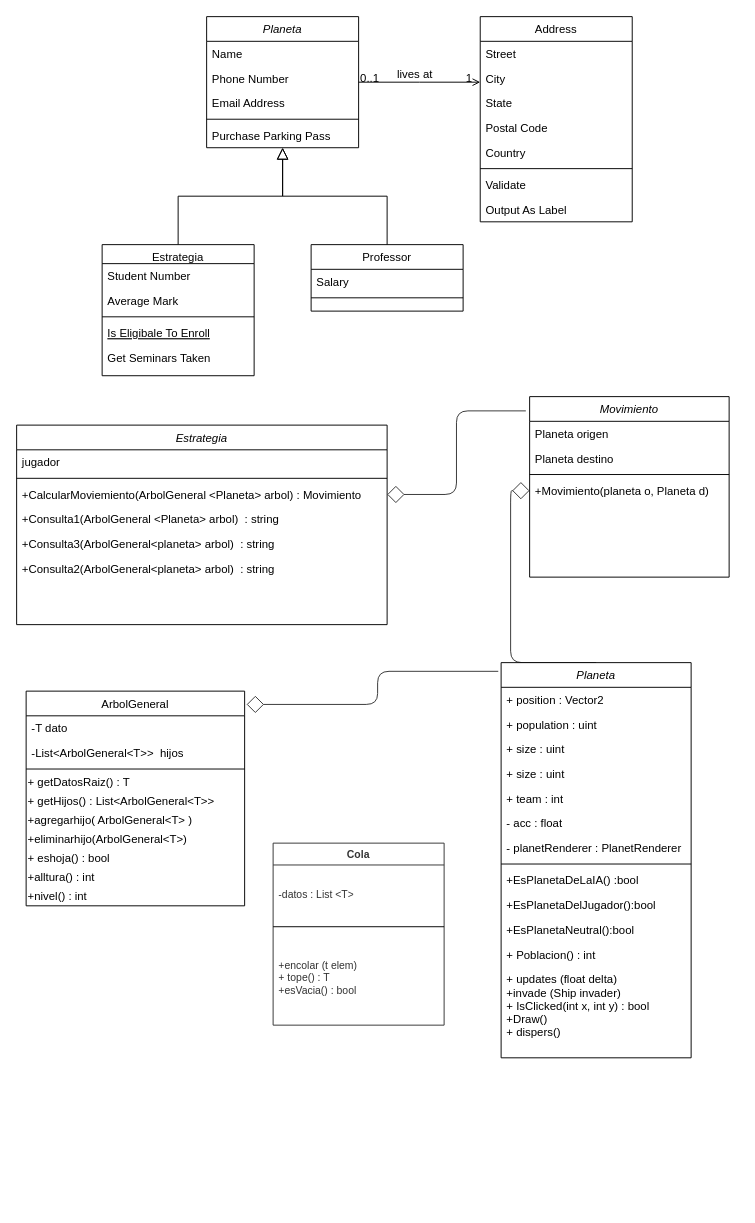
Before: UML e Informe/TP_bot.drawio in iodenKisuka/TP_FINALBOT_DaianaLorenaCabreraSaldivar, a draw.io diagram. Source tidied: cells renumbered, new cells numbered last; positions are measured from the earlier drawing's top-left corner, leaving out a move shared by most shapes. Both pictures are drawn from the tidied source at 95%, with x=0, y=0 at pixel (16, 16).
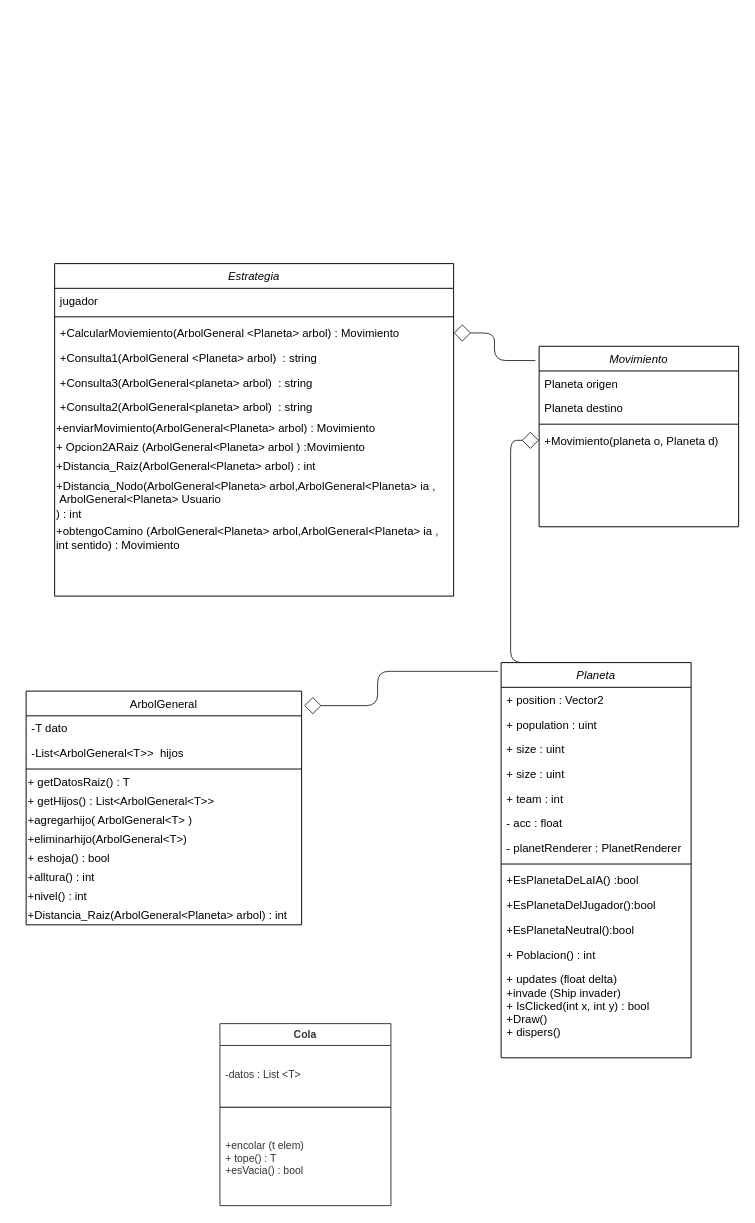
Above is the later version.

Commit message (it also covers changes not shown here):
mejore UML y informe

The change refers to these unchanged cells:
```xml
<mxCell id="52" value="Planeta" style="swimlane;fontStyle=2;align=center;verticalAlign=top;horizontal=1;startSize=26;rounded=0;shadow=0;strokeWidth=1;" parent="1" vertex="1">
  <mxGeometry x="510" y="680" width="200" height="416" as="geometry" />
</mxCell>
```

What changed in the source:
```diff
@@
-    <mxCell id="2" value="Planeta" style="swimlane;fontStyle=2;align=center;verticalAlign=top;horizontal=1;startSize=26;rounded=0;shadow=0;strokeWidth=1;" parent="1" vertex="1">
-      <mxGeometry x="200" width="160" height="138" as="geometry" />
-    </mxCell>
-    <mxCell id="3" value="Name" style="text;align=left;verticalAlign=top;spacingLeft=4;spacingRight=4;overflow=hidden;" parent="2" vertex="1">
-      <mxGeometry y="26" width="160" height="26" as="geometry" />
-    </mxCell>
-    <mxCell id="4" value="Phone Number" style="text;align=left;verticalAlign=top;spacingLeft=4;spacingRight=4;overflow=hidden;rounded=0;shadow=0;html=0;" parent="2" vertex="1">
-      <mxGeometry y="52" width="160" height="26" as="geometry" />
-    </mxCell>
-    <mxCell id="5" value="Email Address" style="text;align=left;verticalAlign=top;spacingLeft=4;spacingRight=4;overflow=hidden;rounded=0;shadow=0;html=0;" parent="2" vertex="1">
-      <mxGeometry y="78" width="160" height="26" as="geometry" />
-    </mxCell>
-    <mxCell id="6" style="line;html=1;strokeWidth=1;align=left;verticalAlign=middle;spacingTop=-1;spacingLeft=3;spacingRight=3;labelPosition=right;" parent="2" vertex="1">
-      <mxGeometry y="104" width="160" height="8" as="geometry" />
-    </mxCell>
-    <mxCell id="7" value="Purchase Parking Pass" style="text;align=left;verticalAlign=top;spacingLeft=4;spacingRight=4;overflow=hidden;" parent="2" vertex="1">
-      <mxGeometry y="112" width="160" height="26" as="geometry" />
-    </mxCell>
-    <mxCell id="8" style="endArrow=block;endSize=10;endFill=0;shadow=0;strokeWidth=1;rounded=0;edgeStyle=elbowEdgeStyle;elbow=vertical;" parent="1" edge="1" source="26" target="2">
-      <mxGeometry relative="1" as="geometry" />
-    </mxCell>
-    <mxCell id="9" value="Professor" style="swimlane;fontStyle=0;align=center;verticalAlign=top;horizontal=1;startSize=26;rounded=0;shadow=0;strokeWidth=1;" parent="1" vertex="1">
-      <mxGeometry x="310" y="240" width="160" height="70" as="geometry" />
-    </mxCell>
-    <mxCell id="10" value="Salary" style="text;align=left;verticalAlign=top;spacingLeft=4;spacingRight=4;overflow=hidden;" parent="9" vertex="1">
-      <mxGeometry y="26" width="160" height="26" as="geometry" />
-    </mxCell>
-    <mxCell id="11" style="line;html=1;strokeWidth=1;align=left;verticalAlign=middle;spacingTop=-1;spacingLeft=3;spacingRight=3;labelPosition=right;" parent="9" vertex="1">
-      <mxGeometry y="52" width="160" height="8" as="geometry" />
-    </mxCell>
-    <mxCell id="12" style="endArrow=block;endSize=10;endFill=0;shadow=0;strokeWidth=1;rounded=0;edgeStyle=elbowEdgeStyle;elbow=vertical;" parent="1" edge="1" source="9" target="2">
-      <mxGeometry relative="1" as="geometry" />
-    </mxCell>
-    <mxCell id="13" value="Address" style="swimlane;fontStyle=0;align=center;verticalAlign=top;horizontal=1;startSize=26;rounded=0;shadow=0;strokeWidth=1;" parent="1" vertex="1">
-      <mxGeometry x="488" width="160" height="216" as="geometry" />
-    </mxCell>
-    <mxCell id="14" value="Street" style="text;align=left;verticalAlign=top;spacingLeft=4;spacingRight=4;overflow=hidden;" parent="13" vertex="1">
-      <mxGeometry y="26" width="160" height="26" as="geometry" />
-    </mxCell>
-    <mxCell id="15" value="City" style="text;align=left;verticalAlign=top;spacingLeft=4;spacingRight=4;overflow=hidden;rounded=0;shadow=0;html=0;" parent="13" vertex="1">
-      <mxGeometry y="52" width="160" height="26" as="geometry" />
-    </mxCell>
-    <mxCell id="16" value="State" style="text;align=left;verticalAlign=top;spacingLeft=4;spacingRight=4;overflow=hidden;rounded=0;shadow=0;html=0;" parent="13" vertex="1">
-      <mxGeometry y="78" width="160" height="26" as="geometry" />
-    </mxCell>
-    <mxCell id="17" value="Postal Code" style="text;align=left;verticalAlign=top;spacingLeft=4;spacingRight=4;overflow=hidden;rounded=0;shadow=0;html=0;" parent="13" vertex="1">
-      <mxGeometry y="104" width="160" height="26" as="geometry" />
-    </mxCell>
-    <mxCell id="18" value="Country" style="text;align=left;verticalAlign=top;spacingLeft=4;spacingRight=4;overflow=hidden;rounded=0;shadow=0;html=0;" parent="13" vertex="1">
-      <mxGeometry y="130" width="160" height="26" as="geometry" />
-    </mxCell>
-    <mxCell id="19" style="line;html=1;strokeWidth=1;align=left;verticalAlign=middle;spacingTop=-1;spacingLeft=3;spacingRight=3;labelPosition=right;" parent="13" vertex="1">
-      <mxGeometry y="156" width="160" height="8" as="geometry" />
-    </mxCell>
-    <mxCell id="20" value="Validate" style="text;align=left;verticalAlign=top;spacingLeft=4;spacingRight=4;overflow=hidden;" parent="13" vertex="1">
-      <mxGeometry y="164" width="160" height="26" as="geometry" />
-    </mxCell>
-    <mxCell id="21" value="Output As Label" style="text;align=left;verticalAlign=top;spacingLeft=4;spacingRight=4;overflow=hidden;" parent="13" vertex="1">
-      <mxGeometry y="190" width="160" height="26" as="geometry" />
-    </mxCell>
-    <mxCell id="22" style="endArrow=open;shadow=0;strokeWidth=1;strokeColor=#000000;rounded=0;endFill=1;edgeStyle=elbowEdgeStyle;elbow=vertical;" parent="1" edge="1" source="2" target="13">
-      <mxGeometry x="0.5" y="41" relative="1" as="geometry">
-        <mxPoint x="-40" y="32" as="offset" />
-      </mxGeometry>
-    </mxCell>
-    <mxCell id="23" value="0..1" style="align=left;verticalAlign=bottom;labelBackgroundColor=none;fontSize=12;" parent="22" vertex="1">
-      <mxGeometry x="-1" relative="1" as="geometry">
-        <mxPoint y="4" as="offset" />
-      </mxGeometry>
-    </mxCell>
-    <mxCell id="24" value="1" style="align=right;verticalAlign=bottom;labelBackgroundColor=none;fontSize=12;" parent="22" vertex="1">
-      <mxGeometry x="1" relative="1" as="geometry">
-        <mxPoint x="-7" y="4" as="offset" />
-      </mxGeometry>
-    </mxCell>
-    <mxCell id="25" value="lives at" style="text;html=1;align=center;verticalAlign=middle;labelBackgroundColor=none;rounded=0;shadow=0;strokeWidth=1;fontSize=12;" parent="22" vertex="1">
-      <mxGeometry x="0.5" y="49" relative="1" as="geometry">
-        <mxPoint x="-38" y="40" as="offset" />
-      </mxGeometry>
-    </mxCell>
-    <mxCell id="26" value="Estrategia" style="swimlane;fontStyle=0;align=center;verticalAlign=top;horizontal=1;startSize=20;rounded=0;shadow=0;strokeWidth=1;" parent="1" vertex="1">
-      <mxGeometry x="90" y="240" width="160" height="138" as="geometry" />
-    </mxCell>
-    <mxCell id="27" value="Student Number" style="text;align=left;verticalAlign=top;spacingLeft=4;spacingRight=4;overflow=hidden;" parent="26" vertex="1">
-      <mxGeometry y="20" width="160" height="26" as="geometry" />
-    </mxCell>
-    <mxCell id="28" value="Average Mark" style="text;align=left;verticalAlign=top;spacingLeft=4;spacingRight=4;overflow=hidden;rounded=0;shadow=0;html=0;" parent="26" vertex="1">
-      <mxGeometry y="46" width="160" height="26" as="geometry" />
-    </mxCell>
-    <mxCell id="29" style="line;html=1;strokeWidth=1;align=left;verticalAlign=middle;spacingTop=-1;spacingLeft=3;spacingRight=3;labelPosition=right;" parent="26" vertex="1">
-      <mxGeometry y="72" width="160" height="8" as="geometry" />
-    </mxCell>
-    <mxCell id="30" value="Is Eligibale To Enroll" style="text;align=left;verticalAlign=top;spacingLeft=4;spacingRight=4;overflow=hidden;fontStyle=4;" parent="26" vertex="1">
-      <mxGeometry y="80" width="160" height="26" as="geometry" />
-    </mxCell>
-    <mxCell id="31" value="Get Seminars Taken" style="text;align=left;verticalAlign=top;spacingLeft=4;spacingRight=4;overflow=hidden;" parent="26" vertex="1">
-      <mxGeometry y="106" width="160" height="26" as="geometry" />
-    </mxCell>
+    <mxCell id="43" value="Estrategia" style="swimlane;fontStyle=2;align=center;verticalAlign=top;horizontal=1;startSize=26;rounded=0;shadow=0;strokeWidth=1;" parent="1" vertex="1">
+      <mxGeometry x="40" y="260" width="420" height="350" as="geometry" />
+    </mxCell>
+    <mxCell id="44" value="jugador" style="text;align=left;verticalAlign=top;spacingLeft=4;spacingRight=4;overflow=hidden;" parent="43" vertex="1">
+      <mxGeometry y="26" width="420" height="26" as="geometry" />
+    </mxCell>
+    <mxCell id="45" style="line;html=1;strokeWidth=1;align=left;verticalAlign=middle;spacingTop=-1;spacingLeft=3;spacingRight=3;labelPosition=right;" parent="43" vertex="1">
+      <mxGeometry y="52" width="420" height="8" as="geometry" />
+    </mxCell>
+    <mxCell id="46" value="+CalcularMoviemiento(ArbolGeneral &lt;Planeta&gt; arbol) : Movimiento" style="text;align=left;verticalAlign=top;spacingLeft=4;spacingRight=4;overflow=hidden;points=[[0,0.5],[1,0.5]];portConstraint=eastwest;" parent="43" vertex="1">
+      <mxGeometry y="60" width="420" height="26" as="geometry" />
+    </mxCell>
+    <mxCell id="47" value="+Consulta1(ArbolGeneral &lt;Planeta&gt; arbol)  : string" style="text;align=left;verticalAlign=top;spacingLeft=4;spacingRight=4;overflow=hidden;" parent="43" vertex="1">
+      <mxGeometry y="86" width="420" height="26" as="geometry" />
+    </mxCell>
+    <mxCell id="48" value="+Consulta3(ArbolGeneral&lt;planeta&gt; arbol)  : string" style="text;align=left;verticalAlign=top;spacingLeft=4;spacingRight=4;overflow=hidden;" parent="43" vertex="1">
+      <mxGeometry y="112" width="420" height="26" as="geometry" />
+    </mxCell>
+    <mxCell id="49" value="+Consulta2(ArbolGeneral&lt;planeta&gt; arbol)  : string" style="text;align=left;verticalAlign=top;spacingLeft=4;spacingRight=4;overflow=hidden;" parent="43" vertex="1">
+      <mxGeometry y="138" width="420" height="26" as="geometry" />
+    </mxCell>
+    <mxCell id="76" value="+enviarMovimiento(ArbolGeneral&amp;lt;Planeta&amp;gt; arbol) : Movimiento" style="text;html=1;align=left;verticalAlign=middle;" parent="43" vertex="1">
+      <mxGeometry y="164" width="420" height="20" as="geometry" />
+    </mxCell>
+    <mxCell id="77" value="+ Opcion2ARaiz (ArbolGeneral&amp;lt;Planeta&amp;gt; arbol ) :Movimiento" style="text;html=1;align=left;verticalAlign=middle;" parent="43" vertex="1">
+      <mxGeometry y="184" width="420" height="20" as="geometry" />
+    </mxCell>
+    <mxCell id="78" value="+Distancia_Raiz(ArbolGeneral&amp;lt;Planeta&amp;gt; arbol) : int" style="text;html=1;align=left;verticalAlign=middle;" parent="43" vertex="1">
+      <mxGeometry y="204" width="420" height="20" as="geometry" />
+    </mxCell>
+    <mxCell id="79" value="+Distancia_Nodo(ArbolGeneral&amp;lt;Planeta&amp;gt; arbol,ArbolGeneral&amp;lt;Planeta&amp;gt; ia ,&lt;br&gt;&amp;nbsp;ArbolGeneral&amp;lt;Planeta&amp;gt; Usuario&lt;br&gt;) : int" style="text;html=1;align=left;verticalAlign=middle;" parent="43" vertex="1">
+      <mxGeometry y="224" width="420" height="50" as="geometry" />
+    </mxCell>
+    <mxCell id="80" value="+obtengoCamino (ArbolGeneral&amp;lt;Planeta&amp;gt; arbol,ArbolGeneral&amp;lt;Planeta&amp;gt; ia ,&lt;br&gt;int sentido) : Movimiento" style="text;html=1;align=left;verticalAlign=middle;" parent="43" vertex="1">
+      <mxGeometry y="274" width="420" height="30" as="geometry" />
+    </mxCell>
     <mxCell id="32" value="ArbolGeneral" style="swimlane;fontStyle=0;align=center;verticalAlign=top;horizontal=1;startSize=26;rounded=0;shadow=0;strokeWidth=1;" parent="1" vertex="1">
-      <mxGeometry x="10" y="710" width="230" height="226" as="geometry" />
+      <mxGeometry x="10" y="710" width="290" height="246" as="geometry" />
     </mxCell>
     <mxCell id="33" value="-T dato" style="text;align=left;verticalAlign=top;spacingLeft=4;spacingRight=4;overflow=hidden;" parent="32" vertex="1">
-      <mxGeometry y="26" width="230" height="26" as="geometry" />
+      <mxGeometry y="26" width="290" height="26" as="geometry" />
     </mxCell>
     <mxCell id="34" value="-List&lt;ArbolGeneral&lt;T&gt;&gt;  hijos" style="text;align=left;verticalAlign=top;spacingLeft=4;spacingRight=4;overflow=hidden;" parent="32" vertex="1">
-      <mxGeometry y="52" width="230" height="26" as="geometry" />
+      <mxGeometry y="52" width="290" height="26" as="geometry" />
     </mxCell>
     <mxCell id="35" style="line;html=1;strokeWidth=1;align=left;verticalAlign=middle;spacingTop=-1;spacingLeft=3;spacingRight=3;labelPosition=right;" parent="32" vertex="1">
-      <mxGeometry y="78" width="230" height="8" as="geometry" />
+      <mxGeometry y="78" width="290" height="8" as="geometry" />
     </mxCell>
     <mxCell id="36" value="+ getDatosRaiz() : T" style="text;html=1;align=left;verticalAlign=middle;" parent="32" vertex="1">
-      <mxGeometry y="86" width="230" height="20" as="geometry" />
+      <mxGeometry y="86" width="290" height="20" as="geometry" />
     </mxCell>
     <mxCell id="37" value="+ getHijos() :&amp;nbsp;List&amp;lt;ArbolGeneral&amp;lt;T&amp;gt;&amp;gt;" style="text;html=1;align=left;verticalAlign=middle;" parent="32" vertex="1">
-      <mxGeometry y="106" width="230" height="20" as="geometry" />
+      <mxGeometry y="106" width="290" height="20" as="geometry" />
     </mxCell>
     <mxCell id="38" value="+agregarhijo( ArbolGeneral&amp;lt;T&amp;gt; )" style="text;html=1;align=left;verticalAlign=middle;" parent="32" vertex="1">
-      <mxGeometry y="126" width="230" height="20" as="geometry" />
+      <mxGeometry y="126" width="290" height="20" as="geometry" />
     </mxCell>
     <mxCell id="39" value="+eliminarhijo(ArbolGeneral&amp;lt;T&amp;gt;)" style="text;html=1;align=left;verticalAlign=middle;" parent="32" vertex="1">
-      <mxGeometry y="146" width="230" height="20" as="geometry" />
+      <mxGeometry y="146" width="290" height="20" as="geometry" />
     </mxCell>
     <mxCell id="40" value="+ eshoja() : bool" style="text;html=1;align=left;verticalAlign=middle;" parent="32" vertex="1">
-      <mxGeometry y="166" width="230" height="20" as="geometry" />
+      <mxGeometry y="166" width="290" height="20" as="geometry" />
     </mxCell>
     <mxCell id="41" value="+alltura() : int" style="text;html=1;align=left;verticalAlign=middle;" parent="32" vertex="1">
-      <mxGeometry y="186" width="230" height="20" as="geometry" />
+      <mxGeometry y="186" width="290" height="20" as="geometry" />
     </mxCell>
     <mxCell id="42" value="+nivel() : int" style="text;html=1;align=left;verticalAlign=middle;" parent="32" vertex="1">
-      <mxGeometry y="206" width="230" height="20" as="geometry" />
+      <mxGeometry y="206" width="290" height="20" as="geometry" />
     </mxCell>
-    <mxCell id="43" value="Estrategia" style="swimlane;fontStyle=2;align=center;verticalAlign=top;horizontal=1;startSize=26;rounded=0;shadow=0;strokeWidth=1;" parent="1" vertex="1">
-      <mxGeometry y="430" width="390" height="210" as="geometry" />
-    </mxCell>
-    <mxCell id="44" value="jugador" style="text;align=left;verticalAlign=top;spacingLeft=4;spacingRight=4;overflow=hidden;" parent="43" vertex="1">
-      <mxGeometry y="26" width="390" height="26" as="geometry" />
-    </mxCell>
-    <mxCell id="45" style="line;html=1;strokeWidth=1;align=left;verticalAlign=middle;spacingTop=-1;spacingLeft=3;spacingRight=3;labelPosition=right;" parent="43" vertex="1">
-      <mxGeometry y="52" width="390" height="8" as="geometry" />
-    </mxCell>
-    <mxCell id="46" value="+CalcularMoviemiento(ArbolGeneral &lt;Planeta&gt; arbol) : Movimiento" style="text;align=left;verticalAlign=top;spacingLeft=4;spacingRight=4;overflow=hidden;points=[[0,0.5],[1,0.5]];portConstraint=eastwest;" parent="43" vertex="1">
-      <mxGeometry y="60" width="390" height="26" as="geometry" />
-    </mxCell>
-    <mxCell id="47" value="+Consulta1(ArbolGeneral &lt;Planeta&gt; arbol)  : string" style="text;align=left;verticalAlign=top;spacingLeft=4;spacingRight=4;overflow=hidden;" parent="43" vertex="1">
-      <mxGeometry y="86" width="390" height="26" as="geometry" />
-    </mxCell>
-    <mxCell id="48" value="+Consulta3(ArbolGeneral&lt;planeta&gt; arbol)  : string" style="text;align=left;verticalAlign=top;spacingLeft=4;spacingRight=4;overflow=hidden;" parent="43" vertex="1">
-      <mxGeometry y="112" width="390" height="26" as="geometry" />
-    </mxCell>
-    <mxCell id="49" value="+Consulta2(ArbolGeneral&lt;planeta&gt; arbol)  : string" style="text;align=left;verticalAlign=top;spacingLeft=4;spacingRight=4;overflow=hidden;" parent="43" vertex="1">
-      <mxGeometry y="138" width="390" height="26" as="geometry" />
-    </mxCell>
+    <mxCell id="81" value="+Distancia_Raiz(ArbolGeneral&amp;lt;Planeta&amp;gt; arbol) : int" style="text;html=1;align=left;verticalAlign=middle;" parent="32" vertex="1">
+      <mxGeometry y="226" width="290" height="20" as="geometry" />
+    </mxCell>
@@
+    <mxCell id="66" value="Movimiento" style="swimlane;fontStyle=2;align=center;verticalAlign=top;horizontal=1;startSize=26;rounded=0;shadow=0;strokeWidth=1;" parent="1" vertex="1">
+      <mxGeometry x="550" y="347" width="210" height="190" as="geometry" />
+    </mxCell>
+    <mxCell id="67" value="Planeta origen" style="text;align=left;verticalAlign=top;spacingLeft=4;spacingRight=4;overflow=hidden;" parent="66" vertex="1">
+      <mxGeometry y="26" width="210" height="26" as="geometry" />
+    </mxCell>
+    <mxCell id="68" value="Planeta destino" style="text;align=left;verticalAlign=top;spacingLeft=4;spacingRight=4;overflow=hidden;" parent="66" vertex="1">
+      <mxGeometry y="52" width="210" height="26" as="geometry" />
+    </mxCell>
+    <mxCell id="69" style="line;html=1;strokeWidth=1;align=left;verticalAlign=middle;spacingTop=-1;spacingLeft=3;spacingRight=3;labelPosition=right;" parent="66" vertex="1">
+      <mxGeometry y="78" width="210" height="8" as="geometry" />
+    </mxCell>
+    <mxCell id="70" value="+Movimiento(planeta o, Planeta d)" style="text;align=left;verticalAlign=top;spacingLeft=4;spacingRight=4;overflow=hidden;points=[[0,0.5],[1,0.5]];portConstraint=eastwest;" parent="66" vertex="1">
+      <mxGeometry y="86" width="210" height="26" as="geometry" />
+    </mxCell>
@@
-    <mxCell id="66" value="Movimiento" style="swimlane;fontStyle=2;align=center;verticalAlign=top;horizontal=1;startSize=26;rounded=0;shadow=0;strokeWidth=1;" parent="1" vertex="1">
-      <mxGeometry x="540" y="400" width="210" height="190" as="geometry" />
-    </mxCell>
-    <mxCell id="67" value="Planeta origen" style="text;align=left;verticalAlign=top;spacingLeft=4;spacingRight=4;overflow=hidden;" parent="66" vertex="1">
-      <mxGeometry y="26" width="210" height="26" as="geometry" />
-    </mxCell>
-    <mxCell id="68" value="Planeta destino" style="text;align=left;verticalAlign=top;spacingLeft=4;spacingRight=4;overflow=hidden;" parent="66" vertex="1">
-      <mxGeometry y="52" width="210" height="26" as="geometry" />
-    </mxCell>
-    <mxCell id="69" style="line;html=1;strokeWidth=1;align=left;verticalAlign=middle;spacingTop=-1;spacingLeft=3;spacingRight=3;labelPosition=right;" parent="66" vertex="1">
-      <mxGeometry y="78" width="210" height="8" as="geometry" />
-    </mxCell>
-    <mxCell id="70" value="+Movimiento(planeta o, Planeta d)" style="text;align=left;verticalAlign=top;spacingLeft=4;spacingRight=4;overflow=hidden;points=[[0,0.5],[1,0.5]];portConstraint=eastwest;" parent="66" vertex="1">
-      <mxGeometry y="86" width="210" height="26" as="geometry" />
-    </mxCell>
+    <mxCell id="75" style="html=1;jettySize=18;fontSize=11;strokeColor=#333333;strokeOpacity=100;rounded=1;arcSize=24;edgeStyle=elbowEdgeStyle;startArrow=none;endArrow=diamond;endFill=0;endSize=16;exitX=-0.015;exitY=0.022;exitDx=0;exitDy=0;entryX=1.009;entryY=0.062;entryDx=0;entryDy=0;entryPerimeter=0;exitPerimeter=0;" parent="1" edge="1" source="52" target="32">
+      <mxGeometry relative="1" as="geometry">
+        <Array as="points">
+          <mxPoint x="380" y="689" />
+          <mxPoint x="470" y="590" />
+        </Array>
+      </mxGeometry>
+    </mxCell>
     <mxCell id="71" value="Cola" style="html=1;whiteSpace=wrap;swimlane;horizontal=1;startSize=23;swimlaneFillColor=#ffffff;startSize=23;fontSize=11;fontColor=#333333;fontStyle=1;spacing=0;strokeColor=#333333;strokeOpacity=100;" parent="1" vertex="1">
-      <mxGeometry x="270" y="870" width="180" height="191.6" as="geometry" />
+      <mxGeometry x="214" y="1060" width="180" height="191.6" as="geometry" />
     </mxCell>
@@
-    <mxCell id="75" style="html=1;jettySize=18;fontSize=11;strokeColor=#333333;strokeOpacity=100;rounded=1;arcSize=24;edgeStyle=elbowEdgeStyle;startArrow=none;endArrow=diamond;endFill=0;endSize=16;exitX=-0.015;exitY=0.022;exitDx=0;exitDy=0;entryX=1.009;entryY=0.062;entryDx=0;entryDy=0;entryPerimeter=0;exitPerimeter=0;" parent="1" edge="1" source="52" target="32">
-      <mxGeometry relative="1" as="geometry">
-        <Array as="points">
-          <mxPoint x="380" y="689" />
-          <mxPoint x="470" y="590" />
-        </Array>
-      </mxGeometry>
-    </mxCell>
```
